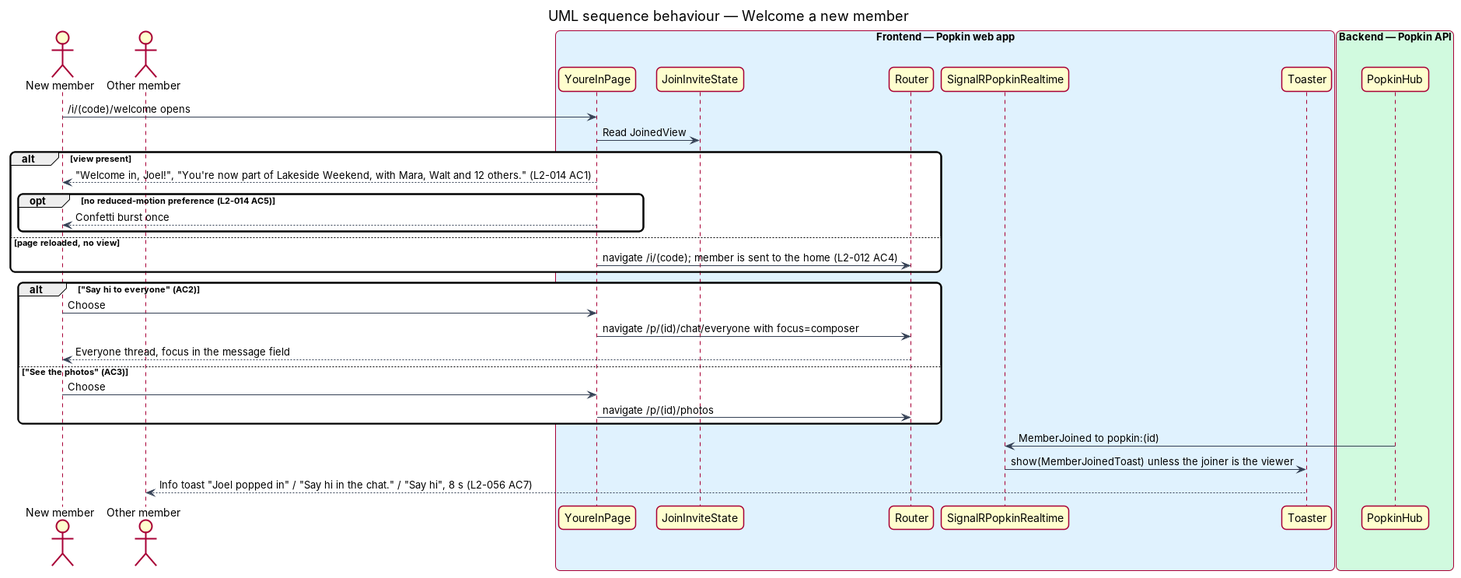
Earlier version of the PlantUML export docs/detailed-designs/invitations/join-popkin/diagrams/sequence-welcome.png (QuinntyneBrown/popkin). Its source is kept beside it as docs/detailed-designs/invitations/join-popkin/diagrams/sequence-welcome.puml.
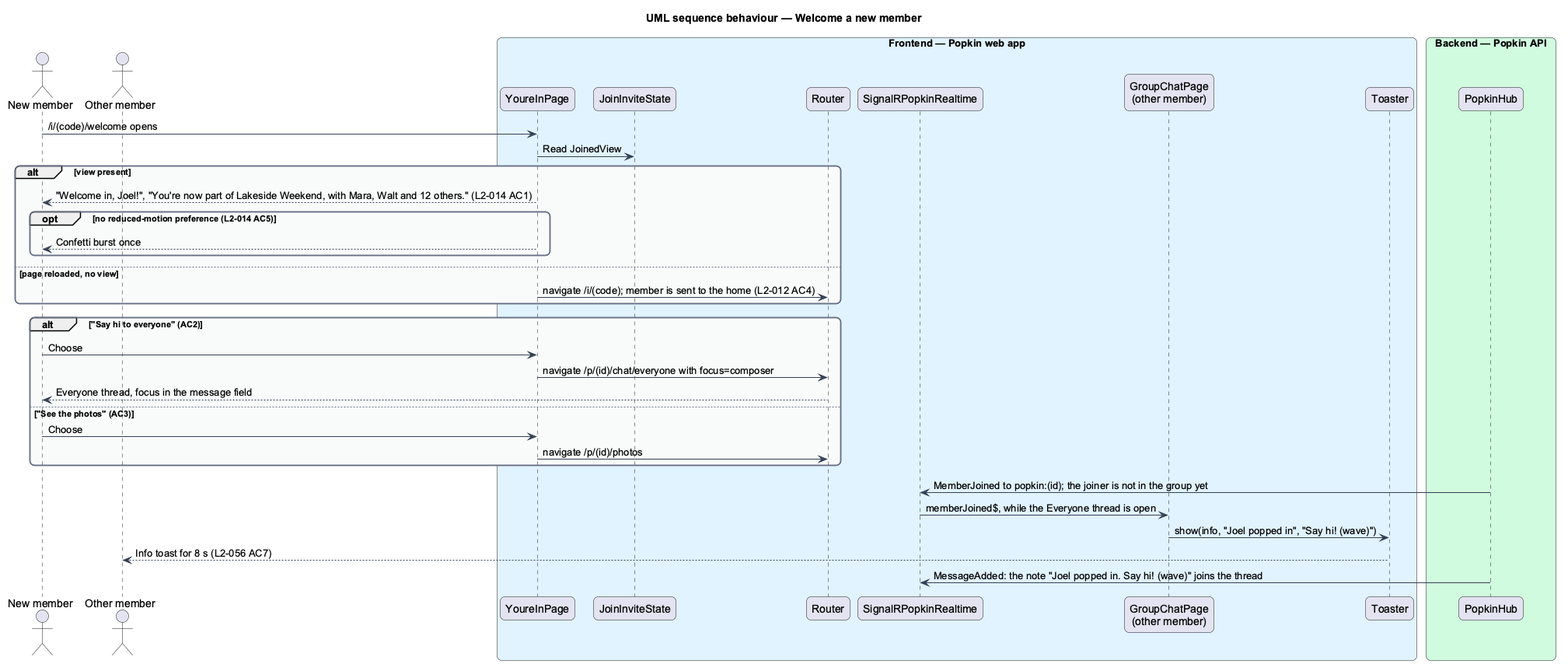
The same diagram one commit later.

What changed in the source:
```diff
@@ -21,6 +21,7 @@
   participant "JoinInviteState" as state
   participant "Router" as router
   participant "SignalRPopkinRealtime" as rt
+  participant "GroupChatPage\n(other member)" as chat
   participant "Toaster" as toaster
 end box
 box "Backend — Popkin API" #D1FADF
@@ -44,7 +45,9 @@
   actor -> page : Choose
   page -> router : navigate /p/(id)/photos
 end
-hub -> rt : MemberJoined to popkin:(id)
-rt -> toaster : show(MemberJoinedToast) unless the joiner is the viewer
-toaster --> other : Info toast "Joel popped in" / "Say hi in the chat." / "Say hi", 8 s (L2-056 AC7)
+hub -> rt : MemberJoined to popkin:(id); the joiner is not in the group yet
+rt -> chat : memberJoined$, while the Everyone thread is open
+chat -> toaster : show(info, "Joel popped in", "Say hi! (wave)")
+toaster --> other : Info toast for 8 s (L2-056 AC7)
+hub -> rt : MessageAdded: the note "Joel popped in. Say hi! (wave)" joins the thread
 @enduml
```
